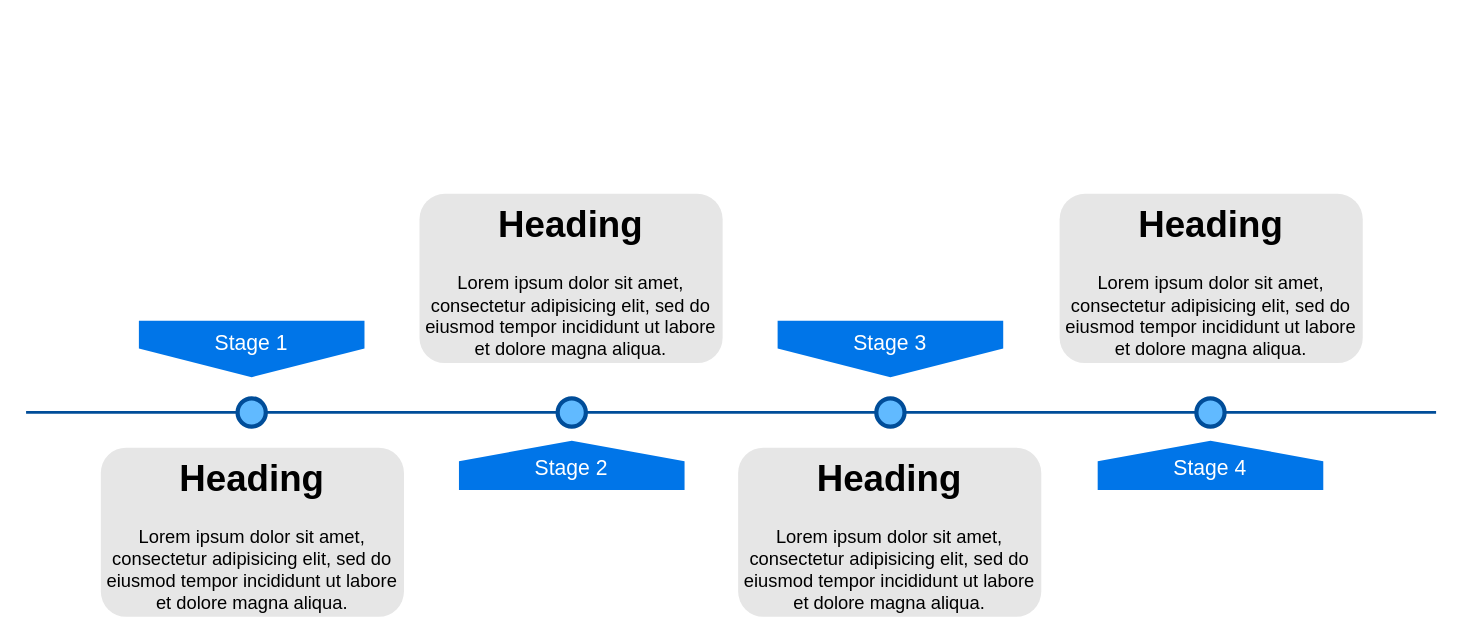
Above: ELK Plan B.drawio in jiangtao7/draw.io (draw.io), before the change. Source tidied: cells renumbered, new cells numbered last; positions are measured from the earlier drawing's top-left corner, leaving out a move shared by most shapes. Both pictures are drawn from the tidied source at 141%, with x=0, y=0 at pixel (25, 193).
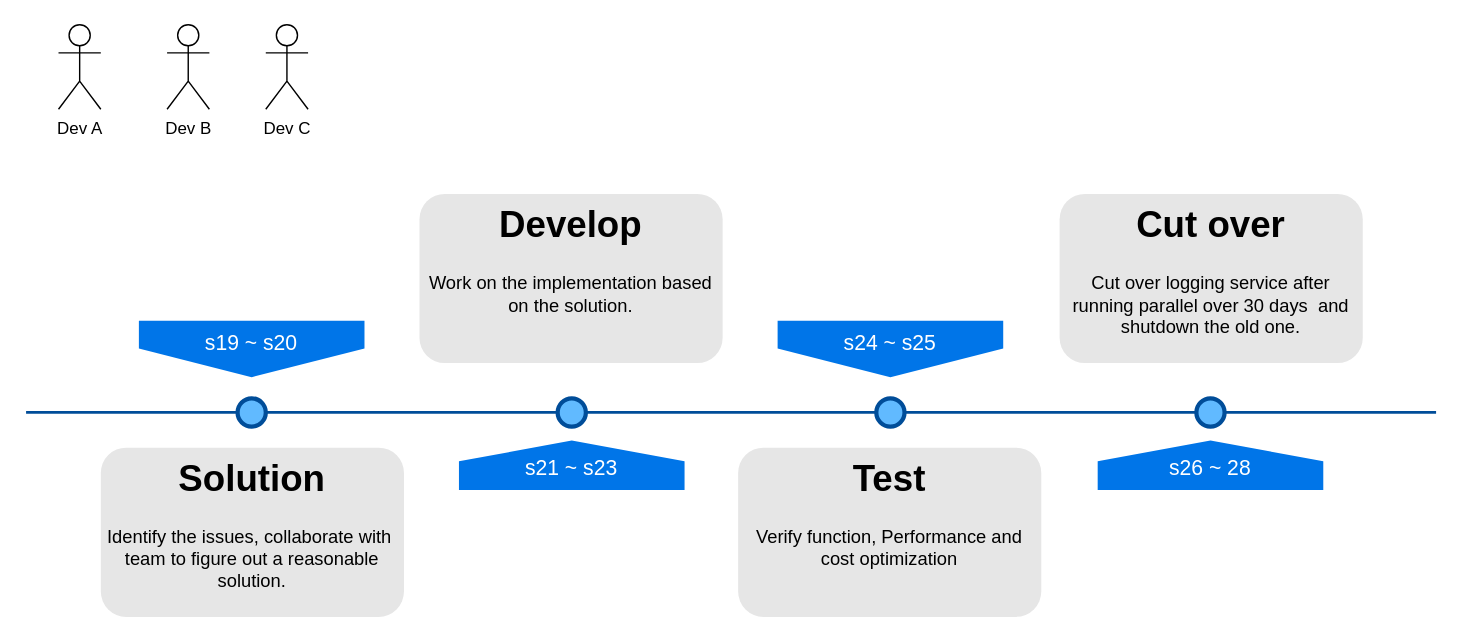
The same page after the edit.

Diff of the diagram source:
```diff
@@
 <mxGraphModel>
   <root>
     <mxCell id="0" />
     <mxCell id="1" parent="0" />
     <mxCell id="2" style="line;strokeWidth=2;html=1;fillColor=none;fontSize=28;fontColor=#004D99;strokeColor=#004D99;" parent="1" vertex="1">
       <mxGeometry y="150" width="1000" height="10" as="geometry" />
     </mxCell>
-    <mxCell id="3" value="Stage 1" style="shape=offPageConnector;whiteSpace=wrap;html=1;fillColor=#0075E8;fontSize=15;fontColor=#FFFFFF;size=0.5093750000000015;verticalAlign=top;strokeColor=none;" parent="1" vertex="1">
+    <mxCell id="3" value="s19 ~ s20" style="shape=offPageConnector;whiteSpace=wrap;html=1;fillColor=#0075E8;fontSize=15;fontColor=#FFFFFF;size=0.5093750000000015;verticalAlign=top;strokeColor=none;" parent="1" vertex="1">
       <mxGeometry x="80" y="90" width="160" height="40" as="geometry" />
     </mxCell>
-    <mxCell id="4" value="&lt;span&gt;Stage 3&lt;/span&gt;" style="shape=offPageConnector;whiteSpace=wrap;html=1;fillColor=#0075E8;fontSize=15;fontColor=#FFFFFF;size=0.5093750000000015;verticalAlign=top;strokeColor=none;" parent="1" vertex="1">
+    <mxCell id="4" value="&lt;span&gt;s24 ~ s25&lt;/span&gt;" style="shape=offPageConnector;whiteSpace=wrap;html=1;fillColor=#0075E8;fontSize=15;fontColor=#FFFFFF;size=0.5093750000000015;verticalAlign=top;strokeColor=none;" parent="1" vertex="1">
       <mxGeometry x="533" y="90" width="160" height="40" as="geometry" />
     </mxCell>
-    <mxCell id="5" value="&lt;span&gt;Stage 2&lt;/span&gt;" style="shape=offPageConnector;whiteSpace=wrap;html=1;fillColor=#0075E8;fontSize=15;fontColor=#FFFFFF;size=0.4178571428571445;flipV=1;verticalAlign=bottom;strokeColor=none;spacingBottom=4;" parent="1" vertex="1">
+    <mxCell id="5" value="&lt;span&gt;s21 ~ s23&lt;/span&gt;" style="shape=offPageConnector;whiteSpace=wrap;html=1;fillColor=#0075E8;fontSize=15;fontColor=#FFFFFF;size=0.4178571428571445;flipV=1;verticalAlign=bottom;strokeColor=none;spacingBottom=4;" parent="1" vertex="1">
       <mxGeometry x="307" y="175" width="160" height="35" as="geometry" />
     </mxCell>
-    <mxCell id="6" value="&lt;span&gt;Stage 4&lt;/span&gt;" style="shape=offPageConnector;whiteSpace=wrap;html=1;fillColor=#0075E8;fontSize=15;fontColor=#FFFFFF;size=0.4178571428571445;flipV=1;verticalAlign=bottom;strokeColor=none;spacingBottom=4;" parent="1" vertex="1">
+    <mxCell id="6" value="&lt;span&gt;s26 ~ 28&lt;/span&gt;" style="shape=offPageConnector;whiteSpace=wrap;html=1;fillColor=#0075E8;fontSize=15;fontColor=#FFFFFF;size=0.4178571428571445;flipV=1;verticalAlign=bottom;strokeColor=none;spacingBottom=4;" parent="1" vertex="1">
       <mxGeometry x="760" y="175" width="160" height="35" as="geometry" />
     </mxCell>
     <mxCell id="7" style="ellipse;whiteSpace=wrap;html=1;fillColor=#61BAFF;fontSize=28;fontColor=#004D99;strokeWidth=3;strokeColor=#004D99;" parent="1" vertex="1">
       <mxGeometry x="150" y="145" width="20" height="20" as="geometry" />
     </mxCell>
     <mxCell id="8" style="ellipse;whiteSpace=wrap;html=1;fillColor=#61BAFF;fontSize=28;fontColor=#004D99;strokeWidth=3;strokeColor=#004D99;" parent="1" vertex="1">
       <mxGeometry x="377" y="145" width="20" height="20" as="geometry" />
     </mxCell>
     <mxCell id="9" style="ellipse;whiteSpace=wrap;html=1;fillColor=#61BAFF;fontSize=28;fontColor=#004D99;strokeWidth=3;strokeColor=#004D99;" parent="1" vertex="1">
       <mxGeometry x="603" y="145" width="20" height="20" as="geometry" />
     </mxCell>
     <mxCell id="10" style="ellipse;whiteSpace=wrap;html=1;fillColor=#61BAFF;fontSize=28;fontColor=#004D99;strokeWidth=3;strokeColor=#004D99;" parent="1" vertex="1">
       <mxGeometry x="830" y="145" width="20" height="20" as="geometry" />
     </mxCell>
-    <mxCell id="11" value="&lt;h1&gt;Heading&lt;/h1&gt;&lt;p&gt;Lorem ipsum dolor sit amet, consectetur adipisicing elit, sed do eiusmod tempor incididunt ut labore et dolore magna aliqua.&lt;/p&gt;" style="text;html=1;spacing=5;spacingTop=-20;whiteSpace=wrap;overflow=hidden;strokeColor=none;strokeWidth=3;fillColor=#E6E6E6;fontSize=13;fontColor=#000000;align=center;rounded=1;" parent="1" vertex="1">
+    <mxCell id="11" value="&lt;h1&gt;Solution&lt;/h1&gt;&lt;p&gt;Identify the issues, collaborate with&amp;nbsp; team to figure out a reasonable solution.&lt;/p&gt;" style="text;html=1;spacing=5;spacingTop=-20;whiteSpace=wrap;overflow=hidden;strokeColor=none;strokeWidth=3;fillColor=#E6E6E6;fontSize=13;fontColor=#000000;align=center;rounded=1;" parent="1" vertex="1">
       <mxGeometry x="53" y="180" width="215" height="120" as="geometry" />
     </mxCell>
-    <mxCell id="12" value="&lt;h1&gt;Heading&lt;/h1&gt;&lt;p&gt;Lorem ipsum dolor sit amet, consectetur adipisicing elit, sed do eiusmod tempor incididunt ut labore et dolore magna aliqua.&lt;/p&gt;" style="text;html=1;spacing=5;spacingTop=-20;whiteSpace=wrap;overflow=hidden;strokeColor=none;strokeWidth=3;fillColor=#E6E6E6;fontSize=13;fontColor=#000000;align=center;rounded=1;" parent="1" vertex="1">
+    <mxCell id="12" value="&lt;h1&gt;Develop&lt;/h1&gt;&lt;p&gt;Work on the implementation based on the solution.&lt;/p&gt;" style="text;html=1;spacing=5;spacingTop=-20;whiteSpace=wrap;overflow=hidden;strokeColor=none;strokeWidth=3;fillColor=#E6E6E6;fontSize=13;fontColor=#000000;align=center;rounded=1;" parent="1" vertex="1">
       <mxGeometry x="279" width="215" height="120" as="geometry" />
     </mxCell>
-    <mxCell id="13" value="&lt;h1&gt;Heading&lt;/h1&gt;&lt;p&gt;Lorem ipsum dolor sit amet, consectetur adipisicing elit, sed do eiusmod tempor incididunt ut labore et dolore magna aliqua.&lt;/p&gt;" style="text;html=1;spacing=5;spacingTop=-20;whiteSpace=wrap;overflow=hidden;strokeColor=none;strokeWidth=3;fillColor=#E6E6E6;fontSize=13;fontColor=#000000;align=center;rounded=1;" parent="1" vertex="1">
+    <mxCell id="13" value="&lt;h1&gt;Test&lt;/h1&gt;&lt;p&gt;Verify function, Performance and cost optimization&lt;/p&gt;" style="text;html=1;spacing=5;spacingTop=-20;whiteSpace=wrap;overflow=hidden;strokeColor=none;strokeWidth=3;fillColor=#E6E6E6;fontSize=13;fontColor=#000000;align=center;rounded=1;" parent="1" vertex="1">
       <mxGeometry x="505" y="180" width="215" height="120" as="geometry" />
     </mxCell>
-    <mxCell id="14" value="&lt;h1&gt;Heading&lt;/h1&gt;&lt;p&gt;Lorem ipsum dolor sit amet, consectetur adipisicing elit, sed do eiusmod tempor incididunt ut labore et dolore magna aliqua.&lt;/p&gt;" style="text;html=1;spacing=5;spacingTop=-20;whiteSpace=wrap;overflow=hidden;strokeColor=none;strokeWidth=3;fillColor=#E6E6E6;fontSize=13;fontColor=#000000;align=center;rounded=1;" parent="1" vertex="1">
+    <mxCell id="14" value="&lt;h1&gt;Cut over&lt;/h1&gt;&lt;p&gt;Cut over logging service after running parallel over 30 days&amp;nbsp; and shutdown the old one.&lt;/p&gt;" style="text;html=1;spacing=5;spacingTop=-20;whiteSpace=wrap;overflow=hidden;strokeColor=none;strokeWidth=3;fillColor=#E6E6E6;fontSize=13;fontColor=#000000;align=center;rounded=1;" parent="1" vertex="1">
       <mxGeometry x="733" width="215" height="120" as="geometry" />
     </mxCell>
+    <mxCell id="15" value="Dev A" style="shape=umlActor;verticalLabelPosition=bottom;verticalAlign=top;html=1;" parent="1" vertex="1">
+      <mxGeometry x="23" y="-120" width="30" height="60" as="geometry" />
+    </mxCell>
+    <mxCell id="16" value="Dev B" style="shape=umlActor;verticalLabelPosition=bottom;verticalAlign=top;html=1;" parent="1" vertex="1">
+      <mxGeometry x="100" y="-120" width="30" height="60" as="geometry" />
+    </mxCell>
+    <mxCell id="17" value="Dev C" style="shape=umlActor;verticalLabelPosition=bottom;verticalAlign=top;html=1;" parent="1" vertex="1">
+      <mxGeometry x="170" y="-120" width="30" height="60" as="geometry" />
+    </mxCell>
   </root>
 </mxGraphModel>
```
